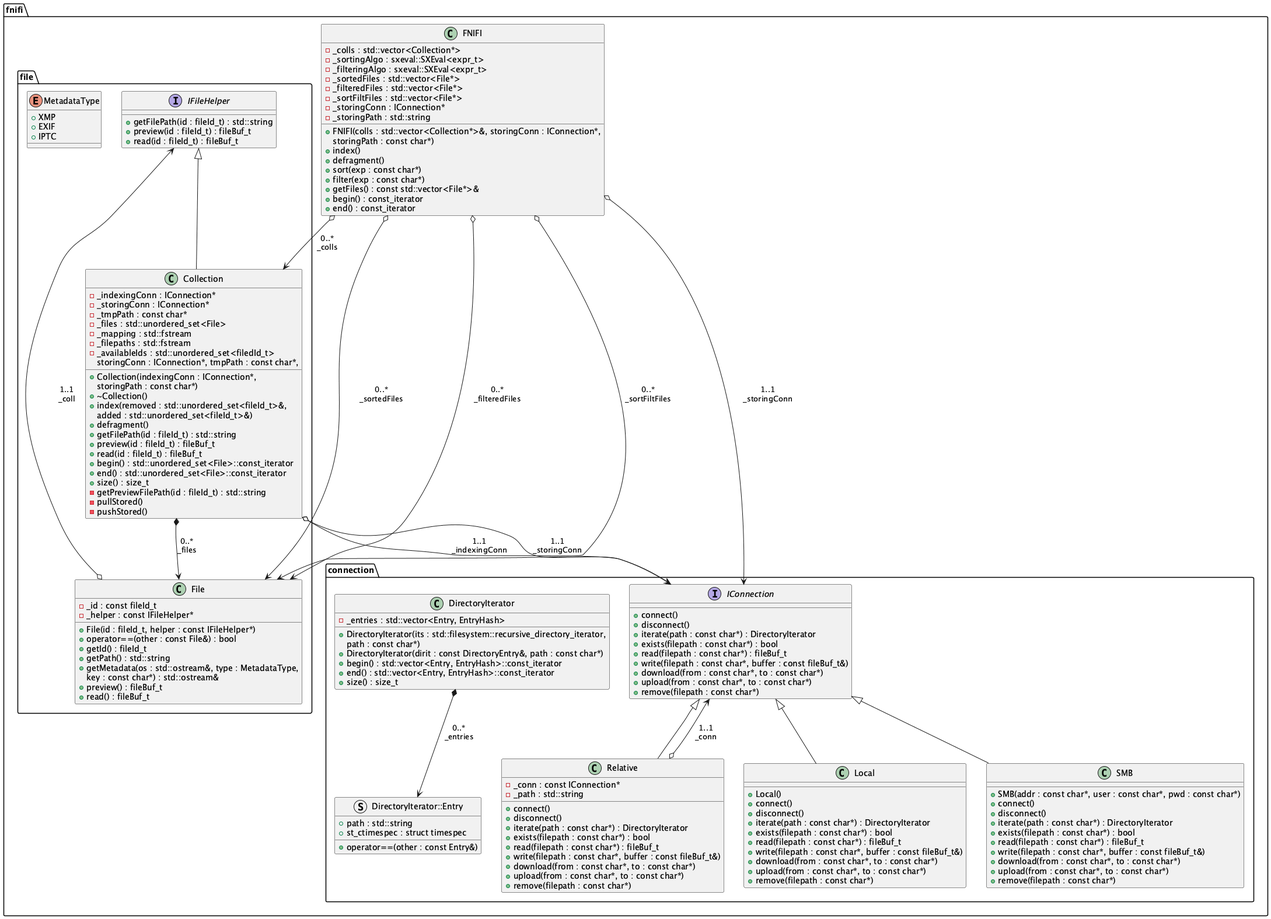
Earlier version of the PlantUML export resources/architecture.png (abadiet/FNIFI).
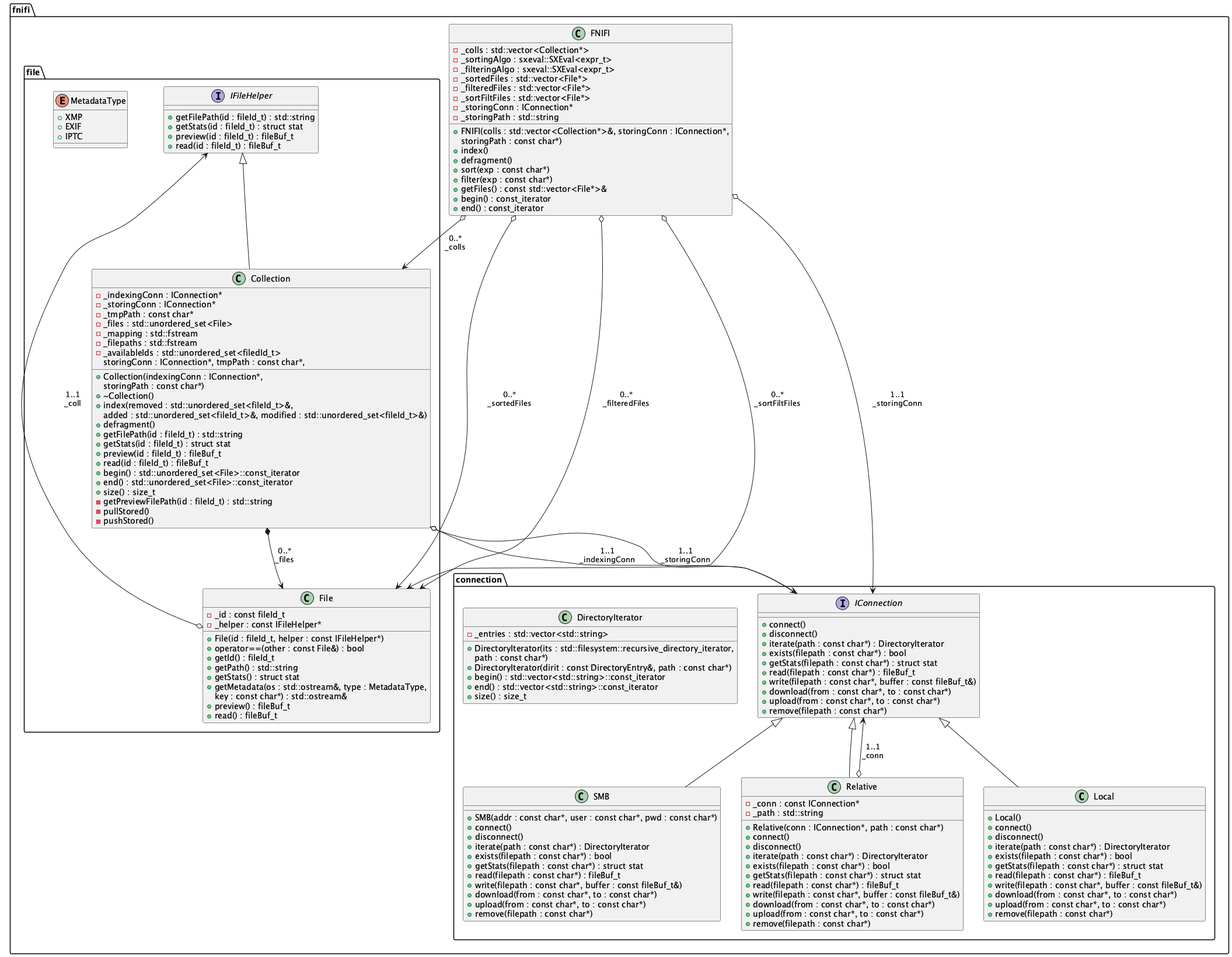
After the change.

What changed in the source:
```diff
@@ -1,5 +1,4 @@
 @startuml
-
 
 package fnifi {
     class FNIFI {
@@ -31,6 +30,7 @@
 
         interface IFileHelper {
             +getFilePath(id : fileId_t) : std::string
+            +getStats(id : fileId_t) : struct stat
             +preview(id : fileId_t) : fileBuf_t
             +read(id : fileId_t) : fileBuf_t
         }
@@ -42,6 +42,7 @@
             +operator==(other : const File&) : bool
             +getId() : fileId_t
             +getPath() : std::string
+            +getStats() : struct stat
             +getMetadata(os : std::ostream&, type : MetadataType,
             key : const char*) : std::ostream&
             +preview() : fileBuf_t
@@ -61,9 +62,10 @@
             storingPath : const char*)
             +~Collection()
             +index(removed : std::unordered_set<fileId_t>&,
-            added : std::unordered_set<fileId_t>&)
+            added : std::unordered_set<fileId_t>&, modified : std::unordered_set<fileId_t>&)
             +defragment()
             +getFilePath(id : fileId_t) : std::string
+            +getStats(id : fileId_t) : struct stat
             +preview(id : fileId_t) : fileBuf_t
             +read(id : fileId_t) : fileBuf_t
             +begin() : std::unordered_set<File>::const_iterator
@@ -76,19 +78,13 @@
     }
 
     package connection {
-        struct DirectoryIterator::Entry {
-            +path : std::string
-            +st_ctimespec : struct timespec
-            +operator==(other : const Entry&)
-        }
-
         class DirectoryIterator {
-            -_entries : std::vector<Entry, EntryHash>
+            -_entries : std::vector<std::string>
             +DirectoryIterator(its : std::filesystem::recursive_directory_iterator,
             path : const char*)
             +DirectoryIterator(dirit : const DirectoryEntry&, path : const char*)
-            +begin() : std::vector<Entry, EntryHash>::const_iterator
-            +end() : std::vector<Entry, EntryHash>::const_iterator
+            +begin() : std::vector<std::string>::const_iterator
+            +end() : std::vector<std::string>::const_iterator
             +size() : size_t
         }
 
@@ -97,6 +93,7 @@
             +disconnect()
             +iterate(path : const char*) : DirectoryIterator
             +exists(filepath : const char*) : bool
+            +getStats(filepath : const char*) : struct stat
             +read(filepath : const char*) : fileBuf_t
             +write(filepath : const char*, buffer : const fileBuf_t&)
             +download(from : const char*, to : const char*)
@@ -107,10 +104,12 @@
         class Relative extends IConnection {
             -_conn : const IConnection*
             -_path : std::string
+            +Relative(conn : IConnection*, path : const char*)
             +connect()
             +disconnect()
             +iterate(path : const char*) : DirectoryIterator
             +exists(filepath : const char*) : bool
+            +getStats(filepath : const char*) : struct stat
             +read(filepath : const char*) : fileBuf_t
             +write(filepath : const char*, buffer : const fileBuf_t&)
             +download(from : const char*, to : const char*)
@@ -124,6 +123,7 @@
             +disconnect()
             +iterate(path : const char*) : DirectoryIterator
             +exists(filepath : const char*) : bool
+            +getStats(filepath : const char*) : struct stat
             +read(filepath : const char*) : fileBuf_t
             +write(filepath : const char*, buffer : const fileBuf_t&)
             +download(from : const char*, to : const char*)
@@ -137,6 +137,7 @@
             +disconnect()
             +iterate(path : const char*) : DirectoryIterator
             +exists(filepath : const char*) : bool
+            +getStats(filepath : const char*) : struct stat
             +read(filepath : const char*) : fileBuf_t
             +write(filepath : const char*, buffer : const fileBuf_t&)
             +download(from : const char*, to : const char*)
@@ -155,7 +156,6 @@
     Collection o--> IConnection : 1..1\n_storingConn
     Collection *--> File : 0..*\n_files
     Relative o--> IConnection : 1..1\n_conn
-    DirectoryIterator *--> DirectoryIterator::Entry : 0..*\n_entries
 }
 
 @enduml
```
